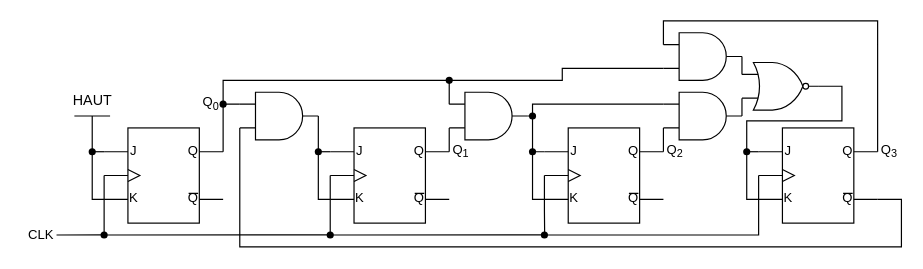
Earlier version of the draw.io diagram 1A5/Examen/1A5_Final_15.drawio (JoseForest-CLJ/Draw.io-files). Source tidied: cells renumbered, new cells numbered last; positions are measured from the earlier drawing's top-left corner, leaving out a move shared by most shapes. Both pictures are drawn from the tidied source at 119%, with x=0, y=0 at pixel (20, 20).
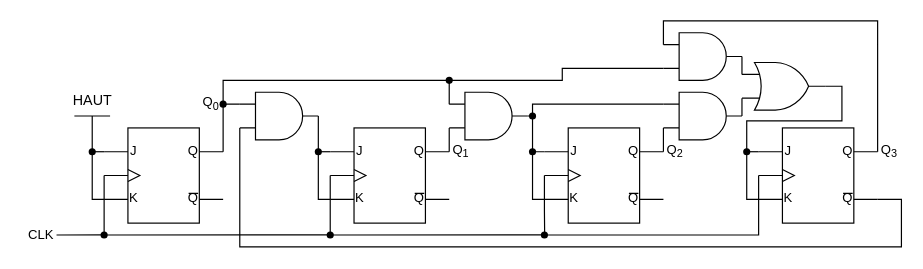
The same diagram, later.

Unchanged cells that the change refers to:
```xml
<mxCell id="16" style="verticalLabelPosition=bottom;shadow=0;dashed=0;align=center;html=1;verticalAlign=top;shape=mxgraph.electrical.logic_gates.logic_gate;operation=and;" parent="1" vertex="1">
  <mxGeometry x="540" y="60" width="66" height="40" as="geometry" />
</mxCell>
<mxCell id="45" style="verticalLabelPosition=bottom;shadow=0;dashed=0;align=center;html=1;verticalAlign=top;shape=mxgraph.electrical.logic_gates.logic_gate;operation=and;" parent="1" vertex="1">
  <mxGeometry x="540" y="10" width="66" height="40" as="geometry" />
</mxCell>
```

What changed in the source:
```diff
@@
-    <mxCell id="42" style="edgeStyle=orthogonalEdgeStyle;shape=connector;rounded=0;jettySize=auto;html=1;exitX=1;exitY=0.5;exitDx=0;exitDy=0;exitPerimeter=0;strokeColor=default;align=center;verticalAlign=middle;fontFamily=Helvetica;fontSize=11;fontColor=default;labelBackgroundColor=default;endArrow=none;endFill=0;" parent="1" edge="1" source="43">
+    <mxCell id="42" style="edgeStyle=orthogonalEdgeStyle;shape=connector;rounded=0;jettySize=auto;html=1;strokeColor=default;align=center;verticalAlign=middle;fontFamily=Helvetica;fontSize=11;fontColor=default;labelBackgroundColor=default;endArrow=none;endFill=0;exitX=1;exitY=0.5;exitDx=0;exitDy=0;exitPerimeter=0;" parent="1" edge="1" source="55">
       <mxGeometry relative="1" as="geometry">
         <mxPoint x="610" y="110" as="targetPoint" />
         <Array as="points">
           <mxPoint x="690" y="55" />
           <mxPoint x="690" y="84" />
           <mxPoint x="610" y="84" />
         </Array>
       </mxGeometry>
     </mxCell>
-    <mxCell id="43" style="verticalLabelPosition=bottom;shadow=0;dashed=0;align=center;html=1;verticalAlign=top;shape=mxgraph.electrical.logic_gates.logic_gate;operation=or;negating=1;negSize=0.15;" parent="1" vertex="1">
-      <mxGeometry x="606" y="35" width="64" height="40" as="geometry" />
-    </mxCell>
@@
-    <mxCell id="46" style="edgeStyle=orthogonalEdgeStyle;rounded=0;jettySize=auto;html=1;exitX=1;exitY=0.5;exitDx=0;exitDy=0;exitPerimeter=0;entryX=0;entryY=0.25;entryDx=0;entryDy=0;entryPerimeter=0;endArrow=none;endFill=0;" parent="1" edge="1" source="45" target="43">
-      <mxGeometry relative="1" as="geometry" />
+    <mxCell id="46" style="edgeStyle=orthogonalEdgeStyle;rounded=0;jettySize=auto;html=1;exitX=1;exitY=0.5;exitDx=0;exitDy=0;exitPerimeter=0;entryX=0;entryY=0.25;entryDx=0;entryDy=0;entryPerimeter=0;endArrow=none;endFill=0;" parent="1" edge="1" source="45">
+      <mxGeometry relative="1" as="geometry">
+        <mxPoint x="606" y="45" as="targetPoint" />
+      </mxGeometry>
     </mxCell>
-    <mxCell id="47" style="edgeStyle=orthogonalEdgeStyle;shape=connector;rounded=0;jettySize=auto;html=1;exitX=1;exitY=0.5;exitDx=0;exitDy=0;exitPerimeter=0;entryX=0;entryY=0.75;entryDx=0;entryDy=0;entryPerimeter=0;strokeColor=default;align=center;verticalAlign=middle;fontFamily=Helvetica;fontSize=11;fontColor=default;labelBackgroundColor=default;endArrow=none;endFill=0;" parent="1" edge="1" source="16" target="43">
-      <mxGeometry relative="1" as="geometry" />
+    <mxCell id="47" style="edgeStyle=orthogonalEdgeStyle;shape=connector;rounded=0;jettySize=auto;html=1;exitX=1;exitY=0.5;exitDx=0;exitDy=0;exitPerimeter=0;entryX=0;entryY=0.75;entryDx=0;entryDy=0;entryPerimeter=0;strokeColor=default;align=center;verticalAlign=middle;fontFamily=Helvetica;fontSize=11;fontColor=default;labelBackgroundColor=default;endArrow=none;endFill=0;" parent="1" edge="1" source="16">
+      <mxGeometry relative="1" as="geometry">
+        <mxPoint x="606" y="65" as="targetPoint" />
+      </mxGeometry>
     </mxCell>
@@
+    <mxCell id="55" style="verticalLabelPosition=bottom;shadow=0;dashed=0;align=center;html=1;verticalAlign=top;shape=mxgraph.electrical.logic_gates.logic_gate;operation=or;" parent="1" vertex="1">
+      <mxGeometry x="606" y="35" width="70" height="40" as="geometry" />
+    </mxCell>
```
